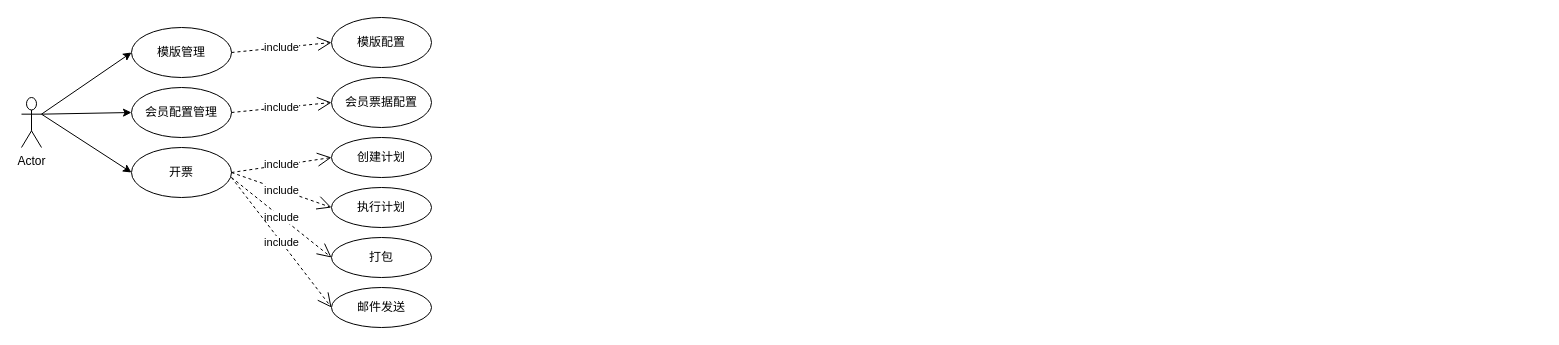
Before: page "第 3 页" (3 of 3) of 未命名绘图.drawio in littleDagron/Helloworld, a draw.io diagram. Source tidied: cells renumbered, new cells numbered last; positions are measured from the earlier drawing's top-left corner, leaving out a move shared by most shapes. Both pictures are drawn from the tidied source at 100%, with x=0, y=0 at pixel (21, 17).
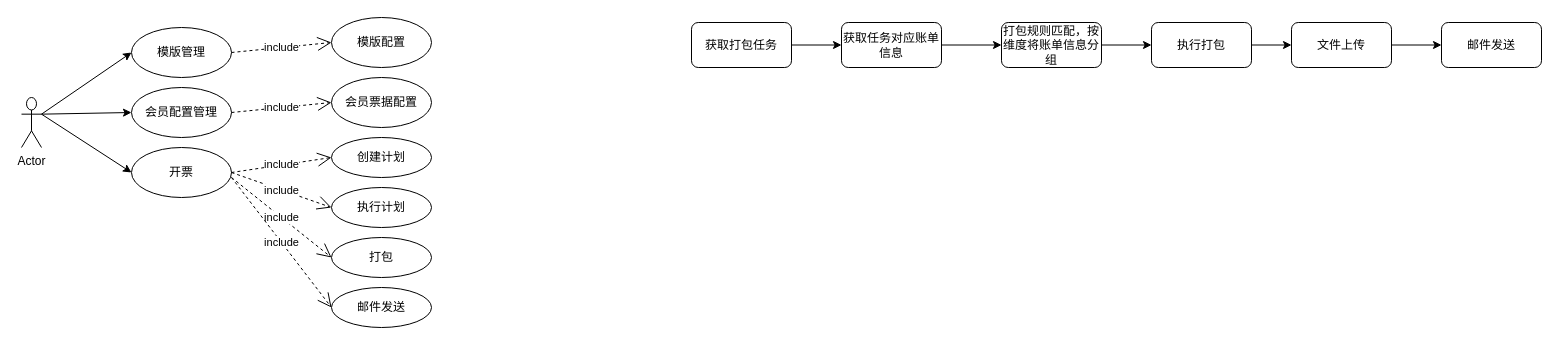
Above is the later version.

Commit message:
更新未命名绘图.drawio

The edit, as a diff of the source:
```diff
@@
+    <mxCell id="21" style="edgeStyle=orthogonalEdgeStyle;rounded=0;jettySize=auto;html=1;exitX=1;exitY=0.5;exitDx=0;exitDy=0;entryX=0;entryY=0.5;entryDx=0;entryDy=0;" parent="1" edge="1" source="22" target="24">
+      <mxGeometry relative="1" as="geometry" />
+    </mxCell>
+    <mxCell id="22" value="获取任务对应账单信息" style="rounded=1;whiteSpace=wrap;html=1;" parent="1" vertex="1">
+      <mxGeometry x="820" y="5" width="100" height="45" as="geometry" />
+    </mxCell>
+    <mxCell id="23" style="edgeStyle=orthogonalEdgeStyle;rounded=0;jettySize=auto;html=1;exitX=1;exitY=0.5;exitDx=0;exitDy=0;" parent="1" edge="1" source="24" target="26">
+      <mxGeometry relative="1" as="geometry" />
+    </mxCell>
+    <mxCell id="24" value="打包规则匹配，按维度将账单信息分组" style="rounded=1;whiteSpace=wrap;html=1;" parent="1" vertex="1">
+      <mxGeometry x="980" y="5" width="100" height="45" as="geometry" />
+    </mxCell>
+    <mxCell id="25" style="edgeStyle=orthogonalEdgeStyle;rounded=0;jettySize=auto;html=1;exitX=1;exitY=0.5;exitDx=0;exitDy=0;" parent="1" edge="1" source="26" target="28">
+      <mxGeometry relative="1" as="geometry" />
+    </mxCell>
+    <mxCell id="26" value="执行打包" style="rounded=1;whiteSpace=wrap;html=1;" parent="1" vertex="1">
+      <mxGeometry x="1130" y="5" width="100" height="45" as="geometry" />
+    </mxCell>
+    <mxCell id="27" style="edgeStyle=orthogonalEdgeStyle;rounded=0;jettySize=auto;html=1;exitX=1;exitY=0.5;exitDx=0;exitDy=0;entryX=0;entryY=0.5;entryDx=0;entryDy=0;" parent="1" edge="1" source="28" target="29">
+      <mxGeometry relative="1" as="geometry" />
+    </mxCell>
+    <mxCell id="28" value="文件上传" style="rounded=1;whiteSpace=wrap;html=1;" parent="1" vertex="1">
+      <mxGeometry x="1270" y="5" width="100" height="45" as="geometry" />
+    </mxCell>
+    <mxCell id="29" value="邮件发送" style="rounded=1;whiteSpace=wrap;html=1;" parent="1" vertex="1">
+      <mxGeometry x="1420" y="5" width="100" height="45" as="geometry" />
+    </mxCell>
+    <mxCell id="30" style="edgeStyle=orthogonalEdgeStyle;rounded=0;jettySize=auto;html=1;exitX=1;exitY=0.5;exitDx=0;exitDy=0;" parent="1" edge="1" source="31" target="22">
+      <mxGeometry relative="1" as="geometry" />
+    </mxCell>
+    <mxCell id="31" value="获取打包任务" style="rounded=1;whiteSpace=wrap;html=1;" parent="1" vertex="1">
+      <mxGeometry x="670" y="5" width="100" height="45" as="geometry" />
+    </mxCell>
```
